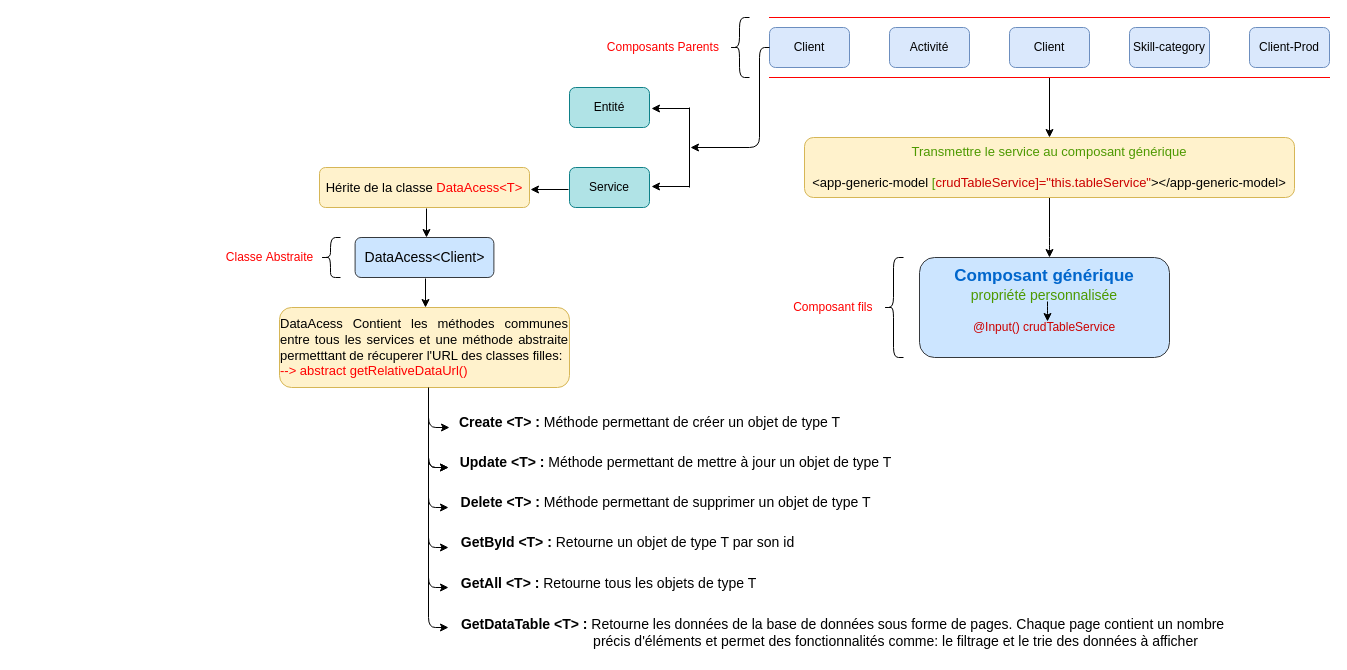
Above: Untitled Diagram.drawio in Adnane8/repo1 (draw.io), before the change. Source tidied: cells renumbered, new cells numbered last; positions are measured from the earlier drawing's top-left corner, leaving out a move shared by most shapes. Both pictures are drawn from the tidied source at 100%, with x=0, y=0 at pixel (59, 17).
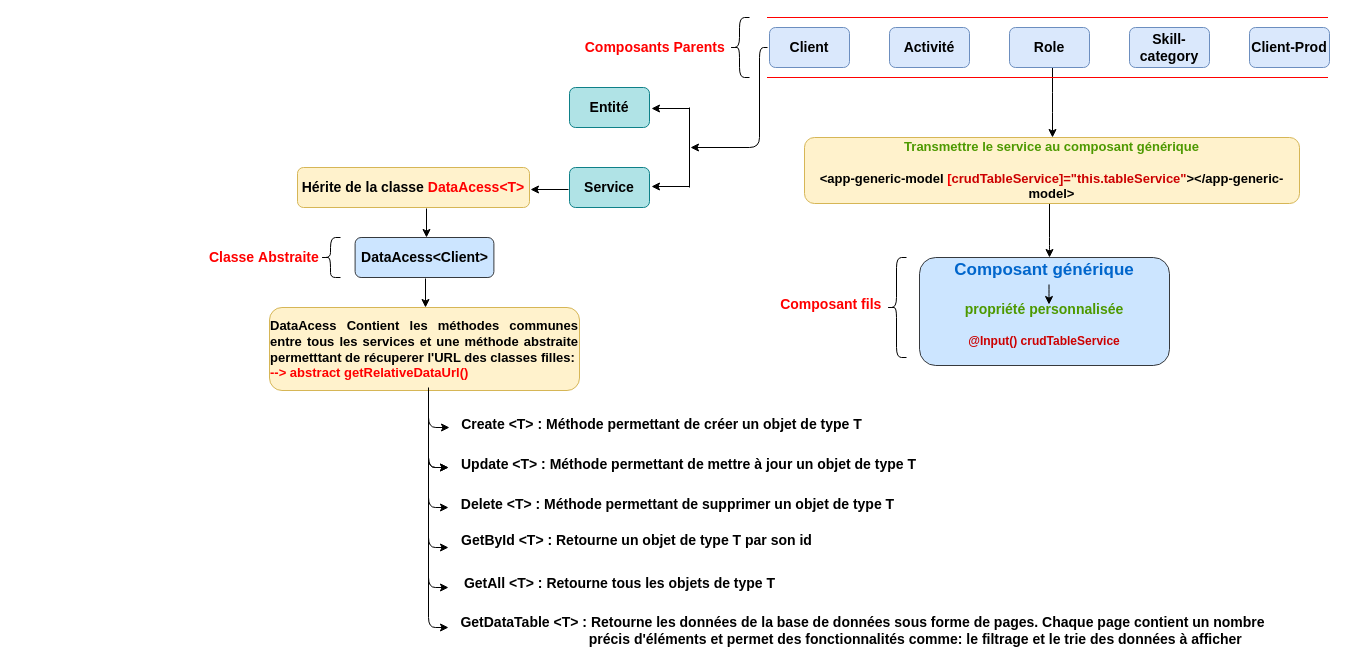
After the change.

Change to the diagram source:
```diff
@@
-    <mxCell id="2" value="Activité" style="rounded=1;whiteSpace=wrap;html=1;fillColor=#dae8fc;strokeColor=#6c8ebf;" parent="1" vertex="1">
+    <mxCell id="2" value="&lt;font style=&quot;font-size: 14px&quot;&gt;&lt;b&gt;Activité&lt;/b&gt;&lt;/font&gt;" style="rounded=1;whiteSpace=wrap;html=1;fillColor=#dae8fc;strokeColor=#6c8ebf;" parent="1" vertex="1">
       <mxGeometry x="830" y="10" width="80" height="40" as="geometry" />
     </mxCell>
-    <mxCell id="3" value="Client" style="rounded=1;whiteSpace=wrap;html=1;fillColor=#dae8fc;strokeColor=#6c8ebf;" parent="1" vertex="1">
-      <mxGeometry x="950" y="10" width="80" height="40" as="geometry" />
-    </mxCell>
-    <mxCell id="4" value="Client" style="rounded=1;whiteSpace=wrap;html=1;fillColor=#dae8fc;strokeColor=#6c8ebf;" parent="1" vertex="1">
+    <mxCell id="4" value="&lt;font style=&quot;font-size: 14px&quot;&gt;&lt;b&gt;Client&lt;/b&gt;&lt;/font&gt;" style="rounded=1;whiteSpace=wrap;html=1;fillColor=#dae8fc;strokeColor=#6c8ebf;" parent="1" vertex="1">
       <mxGeometry x="710" y="10" width="80" height="40" as="geometry" />
     </mxCell>
-    <mxCell id="5" value="Skill-category" style="rounded=1;whiteSpace=wrap;html=1;fillColor=#dae8fc;strokeColor=#6c8ebf;" parent="1" vertex="1">
+    <mxCell id="5" value="&lt;font style=&quot;font-size: 14px&quot;&gt;&lt;b&gt;Skill-category&lt;/b&gt;&lt;/font&gt;" style="rounded=1;whiteSpace=wrap;html=1;fillColor=#dae8fc;strokeColor=#6c8ebf;" parent="1" vertex="1">
       <mxGeometry x="1070" y="10" width="80" height="40" as="geometry" />
     </mxCell>
-    <mxCell id="6" value="Client-Prod" style="rounded=1;whiteSpace=wrap;html=1;fillColor=#dae8fc;strokeColor=#6c8ebf;" parent="1" vertex="1">
+    <mxCell id="6" value="&lt;font style=&quot;font-size: 14px&quot;&gt;&lt;b&gt;Client-Prod&lt;/b&gt;&lt;/font&gt;" style="rounded=1;whiteSpace=wrap;html=1;fillColor=#dae8fc;strokeColor=#6c8ebf;" parent="1" vertex="1">
       <mxGeometry x="1190" y="10" width="80" height="40" as="geometry" />
     </mxCell>
@@
-    <mxCell id="8" value="&lt;font color=&quot;#ff0000&quot;&gt;&amp;nbsp; &amp;nbsp; &amp;nbsp; &amp;nbsp; &amp;nbsp; &amp;nbsp; &amp;nbsp; &amp;nbsp; &amp;nbsp; &amp;nbsp; &amp;nbsp; &amp;nbsp; &amp;nbsp; &amp;nbsp; &amp;nbsp; &amp;nbsp; &amp;nbsp; &amp;nbsp; &amp;nbsp; &amp;nbsp; &amp;nbsp; &amp;nbsp; &amp;nbsp; &amp;nbsp; &amp;nbsp; Composants Parents&lt;/font&gt;" style="text;html=1;align=center;verticalAlign=middle;" parent="1" vertex="1">
-      <mxGeometry x="375" y="20" width="290" height="20" as="geometry" />
+    <mxCell id="8" value="&lt;font color=&quot;#ff0000&quot; style=&quot;font-size: 14px&quot;&gt;&lt;b&gt;&amp;nbsp; &amp;nbsp; &amp;nbsp; &amp;nbsp; &amp;nbsp; &amp;nbsp; &amp;nbsp; &amp;nbsp; &amp;nbsp; &amp;nbsp; &amp;nbsp; &amp;nbsp; &amp;nbsp; &amp;nbsp; &amp;nbsp; &amp;nbsp; &amp;nbsp; &amp;nbsp; &amp;nbsp; &amp;nbsp; &amp;nbsp; &amp;nbsp; &amp;nbsp; &amp;nbsp; &amp;nbsp; Composants Parents&lt;/b&gt;&lt;/font&gt;" style="text;html=1;align=center;verticalAlign=middle;" parent="1" vertex="1">
+      <mxGeometry x="325" y="20.5" width="345" height="19" as="geometry" />
     </mxCell>
-    <mxCell id="9" style="edgeStyle=orthogonalEdgeStyle;curved=0;rounded=1;sketch=0;jettySize=auto;html=1;" parent="1" edge="1" source="10" target="12">
-      <mxGeometry relative="1" as="geometry" />
+    <mxCell id="9" style="edgeStyle=orthogonalEdgeStyle;curved=0;rounded=1;sketch=0;jettySize=auto;html=1;" parent="1" edge="1" source="3" target="12">
+      <mxGeometry relative="1" as="geometry">
+        <Array as="points">
+          <mxPoint x="993" y="85" />
+          <mxPoint x="993" y="85" />
+        </Array>
+      </mxGeometry>
     </mxCell>
     <mxCell id="10" style="shape=partialRectangle;whiteSpace=wrap;html=1;left=0;right=0;fillColor=none;strokeColor=#FF0000;" parent="1" vertex="1">
-      <mxGeometry x="710" width="560" height="60" as="geometry" />
+      <mxGeometry x="708" width="560" height="60" as="geometry" />
     </mxCell>
@@
-    <mxCell id="12" value="&lt;font style=&quot;font-size: 13px&quot;&gt;&lt;font color=&quot;#4d9900&quot; style=&quot;font-size: 13px&quot;&gt;Transmettre le service au composant générique&lt;br&gt;&lt;/font&gt;&lt;br&gt;&amp;lt;app-generic-model &lt;span style=&quot;color: rgb(77 , 153 , 0)&quot;&gt;[&lt;/span&gt;&lt;font color=&quot;#cc0000&quot; style=&quot;font-size: 13px&quot;&gt;crudTableService]=&quot;this.tableService&quot;&lt;/font&gt;&amp;gt;&amp;lt;/app-generic-model&amp;gt;&lt;/font&gt;" style="rounded=1;whiteSpace=wrap;html=1;strokeColor=#d6b656;fillColor=#fff2cc;" parent="1" vertex="1">
-      <mxGeometry x="745" y="120" width="490" height="60" as="geometry" />
+    <mxCell id="12" value="&lt;font style=&quot;font-size: 13px&quot;&gt;&lt;b&gt;&lt;font color=&quot;#4d9900&quot; style=&quot;font-size: 13px&quot;&gt;Transmettre le service au composant générique&lt;br&gt;&lt;/font&gt;&lt;br&gt;&amp;lt;app-generic-model &lt;font color=&quot;#ff0000&quot;&gt;[&lt;/font&gt;&lt;font color=&quot;#cc0000&quot; style=&quot;font-size: 13px&quot;&gt;crudTableService]=&quot;this.tableService&quot;&lt;/font&gt;&amp;gt;&amp;lt;/app-generic-model&amp;gt;&lt;/b&gt;&lt;/font&gt;" style="rounded=1;whiteSpace=wrap;html=1;strokeColor=#d6b656;fillColor=#fff2cc;" parent="1" vertex="1">
+      <mxGeometry x="745" y="120" width="495" height="66" as="geometry" />
     </mxCell>
-    <mxCell id="13" value="&lt;font&gt;&lt;font color=&quot;#0066cc&quot; style=&quot;font-size: 17px&quot;&gt;&lt;b&gt;Composant générique&lt;br&gt;&lt;/b&gt;&lt;/font&gt;&lt;font style=&quot;font-size: 14px&quot; color=&quot;#4d9900&quot;&gt;propriété personnalisée&lt;br&gt;&lt;br&gt;&lt;/font&gt;&lt;font color=&quot;#cc0000&quot;&gt;@Input() crudTableService&lt;br&gt;&lt;/font&gt;&lt;br&gt;&lt;/font&gt;" style="rounded=1;whiteSpace=wrap;html=1;sketch=0;strokeColor=#36393d;fillColor=#cce5ff;" parent="1" vertex="1">
-      <mxGeometry x="860" y="240" width="250" height="100" as="geometry" />
+    <mxCell id="13" value="&lt;font&gt;&lt;font color=&quot;#0066cc&quot; style=&quot;font-size: 17px&quot;&gt;&lt;b&gt;Composant générique&lt;br&gt;&lt;br&gt;&lt;/b&gt;&lt;/font&gt;&lt;font style=&quot;font-size: 14px&quot; color=&quot;#4d9900&quot;&gt;&lt;b&gt;propriété personnalisée&lt;br&gt;&lt;br&gt;&lt;/b&gt;&lt;/font&gt;&lt;font color=&quot;#cc0000&quot;&gt;&lt;b&gt;@Input() crudTableService&lt;/b&gt;&lt;br&gt;&lt;/font&gt;&lt;br&gt;&lt;/font&gt;" style="rounded=1;whiteSpace=wrap;html=1;sketch=0;strokeColor=#36393d;fillColor=#cce5ff;" parent="1" vertex="1">
+      <mxGeometry x="860" y="240" width="250" height="108" as="geometry" />
     </mxCell>
     <mxCell id="14" style="endArrow=classic;html=1;" parent="1" edge="1">
       <mxGeometry relative="1" as="geometry">
-        <mxPoint x="988" y="284" as="sourcePoint" />
-        <mxPoint x="988" y="304" as="targetPoint" />
+        <mxPoint x="989.5" y="267" as="sourcePoint" />
+        <mxPoint x="989.5" y="287" as="targetPoint" />
         <Array as="points">
-          <mxPoint x="988" y="294" />
+          <mxPoint x="989.5" y="277" />
         </Array>
       </mxGeometry>
     </mxCell>
     <mxCell id="15" style="shape=curlyBracket;whiteSpace=wrap;html=1;rounded=1;" parent="1" vertex="1">
-      <mxGeometry x="824" y="240" width="20" height="100" as="geometry" />
+      <mxGeometry x="827" y="240" width="20" height="100" as="geometry" />
     </mxCell>
-    <mxCell id="16" value="&lt;span style=&quot;color: rgb(255 , 0 , 0)&quot;&gt;&amp;nbsp; &amp;nbsp; &amp;nbsp; &amp;nbsp; &amp;nbsp; &amp;nbsp; &amp;nbsp; &amp;nbsp; &amp;nbsp; &amp;nbsp; &amp;nbsp; &amp;nbsp; &amp;nbsp; &amp;nbsp; &amp;nbsp; &amp;nbsp; &amp;nbsp; &amp;nbsp; &amp;nbsp; &amp;nbsp; &amp;nbsp; &amp;nbsp; &amp;nbsp; &amp;nbsp; &amp;nbsp; Composant fils&lt;/span&gt;" style="text;html=1;align=center;verticalAlign=middle;" parent="1" vertex="1">
-      <mxGeometry x="560" y="280" width="260" height="20" as="geometry" />
+    <mxCell id="16" value="&lt;span style=&quot;color: rgb(255 , 0 , 0)&quot;&gt;&lt;font style=&quot;font-size: 14px&quot;&gt;&lt;b&gt;&amp;nbsp; &amp;nbsp; &amp;nbsp; &amp;nbsp; &amp;nbsp; &amp;nbsp; &amp;nbsp; &amp;nbsp; &amp;nbsp; &amp;nbsp; &amp;nbsp; &amp;nbsp; &amp;nbsp; &amp;nbsp; &amp;nbsp; &amp;nbsp; &amp;nbsp; &amp;nbsp; &amp;nbsp; &amp;nbsp; &amp;nbsp; &amp;nbsp; &amp;nbsp; &amp;nbsp; &amp;nbsp; Composant fils&lt;/b&gt;&lt;/font&gt;&lt;/span&gt;" style="text;html=1;align=center;verticalAlign=middle;" parent="1" vertex="1">
+      <mxGeometry x="521" y="277" width="306" height="19" as="geometry" />
     </mxCell>
@@
-    <mxCell id="21" value="Entité" style="rounded=1;whiteSpace=wrap;html=1;sketch=0;fillColor=#b0e3e6;strokeColor=#0e8088;" parent="1" vertex="1">
+    <mxCell id="21" value="&lt;b&gt;&lt;font style=&quot;font-size: 14px&quot;&gt;Entité&lt;/font&gt;&lt;/b&gt;" style="rounded=1;whiteSpace=wrap;html=1;sketch=0;fillColor=#b0e3e6;strokeColor=#0e8088;" parent="1" vertex="1">
       <mxGeometry x="510" y="70" width="80" height="40" as="geometry" />
     </mxCell>
-    <mxCell id="22" value="Service" style="rounded=1;whiteSpace=wrap;html=1;sketch=0;fillColor=#b0e3e6;strokeColor=#0e8088;" parent="1" vertex="1">
+    <mxCell id="22" value="&lt;b&gt;&lt;font style=&quot;font-size: 14px&quot;&gt;Service&lt;/font&gt;&lt;/b&gt;" style="rounded=1;whiteSpace=wrap;html=1;sketch=0;fillColor=#b0e3e6;strokeColor=#0e8088;" parent="1" vertex="1">
       <mxGeometry x="510" y="150" width="80" height="40" as="geometry" />
     </mxCell>
@@
-    <mxCell id="24" value="&lt;font style=&quot;font-size: 13px&quot;&gt;Hérite de la classe &lt;font color=&quot;#ff0000&quot;&gt;DataAcess&amp;lt;T&amp;gt;&lt;/font&gt;&lt;/font&gt;" style="rounded=1;whiteSpace=wrap;html=1;sketch=0;strokeColor=#d6b656;fillColor=#fff2cc;" parent="1" vertex="1">
-      <mxGeometry x="260" y="150" width="210" height="40" as="geometry" />
+    <mxCell id="24" value="&lt;font style=&quot;font-size: 14px&quot;&gt;&lt;b&gt;Hérite de la classe &lt;font color=&quot;#ff0000&quot; style=&quot;font-size: 14px&quot;&gt;DataAcess&amp;lt;T&amp;gt;&lt;/font&gt;&lt;/b&gt;&lt;/font&gt;" style="rounded=1;whiteSpace=wrap;html=1;sketch=0;strokeColor=#d6b656;fillColor=#fff2cc;" parent="1" vertex="1">
+      <mxGeometry x="238" y="150" width="232" height="40" as="geometry" />
     </mxCell>
@@
-    <mxCell id="26" value="&lt;font style=&quot;font-size: 14px&quot;&gt;DataAcess&amp;lt;Client&amp;gt;&lt;/font&gt;" style="rounded=1;whiteSpace=wrap;html=1;sketch=0;strokeColor=#36393d;fillColor=#cce5ff;" parent="1" vertex="1">
+    <mxCell id="26" value="&lt;font style=&quot;font-size: 14px&quot;&gt;&lt;b&gt;DataAcess&amp;lt;Client&amp;gt;&lt;/b&gt;&lt;/font&gt;" style="rounded=1;whiteSpace=wrap;html=1;sketch=0;strokeColor=#36393d;fillColor=#cce5ff;" parent="1" vertex="1">
       <mxGeometry x="295.6" y="220" width="138.8" height="40" as="geometry" />
     </mxCell>
@@
-    <mxCell id="28" value="&lt;span style=&quot;color: rgb(255 , 0 , 0)&quot;&gt;&amp;nbsp; &amp;nbsp; &amp;nbsp; &amp;nbsp; &amp;nbsp; &amp;nbsp; &amp;nbsp; &amp;nbsp; &amp;nbsp; &amp;nbsp; &amp;nbsp; &amp;nbsp; &amp;nbsp; &amp;nbsp; &amp;nbsp; &amp;nbsp; &amp;nbsp; &amp;nbsp; &amp;nbsp; &amp;nbsp; &amp;nbsp; &amp;nbsp; &amp;nbsp; &amp;nbsp; Classe&amp;nbsp;&lt;/span&gt;&lt;font color=&quot;#ff0000&quot;&gt;Abstraite&lt;/font&gt;" style="text;html=1;align=center;verticalAlign=middle;" parent="1" vertex="1">
-      <mxGeometry y="230" width="260" height="20" as="geometry" />
+    <mxCell id="28" value="&lt;font style=&quot;font-size: 14px&quot;&gt;&lt;b&gt;&lt;span style=&quot;color: rgb(255 , 0 , 0)&quot;&gt;&amp;nbsp; &amp;nbsp; &amp;nbsp; &amp;nbsp; &amp;nbsp; &amp;nbsp; &amp;nbsp; &amp;nbsp; &amp;nbsp; &amp;nbsp; &amp;nbsp; &amp;nbsp; &amp;nbsp; &amp;nbsp; &amp;nbsp; &amp;nbsp; &amp;nbsp; &amp;nbsp; &amp;nbsp; &amp;nbsp; &amp;nbsp; &amp;nbsp; &amp;nbsp; &amp;nbsp; Classe&amp;nbsp;&lt;/span&gt;&lt;font color=&quot;#ff0000&quot; style=&quot;font-size: 14px&quot;&gt;Abstraite&lt;/font&gt;&lt;/b&gt;&lt;/font&gt;" style="text;html=1;align=center;verticalAlign=middle;" parent="1" vertex="1">
+      <mxGeometry x="-42" y="230.5" width="306" height="19" as="geometry" />
     </mxCell>
@@
-    <mxCell id="30" value="&lt;div style=&quot;text-align: justify ; font-size: 13px&quot;&gt;&lt;span&gt;&lt;font style=&quot;font-size: 13px&quot;&gt;DataAcess Contient les méthodes communes entre tous les services et une méthode abstraite permetttant de récuperer l'URL des classes filles:&lt;/font&gt;&lt;/span&gt;&lt;/div&gt;&lt;div style=&quot;text-align: justify ; font-size: 13px&quot;&gt;&lt;span&gt;&lt;font style=&quot;font-size: 13px&quot; color=&quot;#ff0000&quot;&gt;--&amp;gt; abstract getRelativeDataUrl()&lt;/font&gt;&lt;/span&gt;&lt;/div&gt;" style="rounded=1;whiteSpace=wrap;html=1;sketch=0;strokeColor=#d6b656;fillColor=#fff2cc;" parent="1" vertex="1">
-      <mxGeometry x="220" y="290" width="290" height="80" as="geometry" />
+    <mxCell id="30" value="&lt;div style=&quot;text-align: justify ; font-size: 13px&quot;&gt;&lt;span&gt;&lt;font style=&quot;font-size: 13px&quot;&gt;&lt;b&gt;DataAcess Contient les méthodes communes entre tous les services et une méthode abstraite permetttant de récuperer l'URL des classes filles:&lt;/b&gt;&lt;/font&gt;&lt;/span&gt;&lt;/div&gt;&lt;div style=&quot;text-align: justify ; font-size: 13px&quot;&gt;&lt;span&gt;&lt;font style=&quot;font-size: 13px&quot; color=&quot;#ff0000&quot;&gt;&lt;b&gt;--&amp;gt; abstract getRelativeDataUrl()&lt;/b&gt;&lt;/font&gt;&lt;/span&gt;&lt;/div&gt;" style="rounded=1;whiteSpace=wrap;html=1;sketch=0;strokeColor=#d6b656;fillColor=#fff2cc;" parent="1" vertex="1">
+      <mxGeometry x="210" y="290" width="310" height="83" as="geometry" />
     </mxCell>
@@
-    <mxCell id="38" value="&lt;font style=&quot;font-size: 14px&quot;&gt;&lt;b&gt;Create &amp;lt;T&amp;gt; :&lt;/b&gt; Méthode permettant de créer un objet de type T&lt;/font&gt;" style="text;html=1;align=center;verticalAlign=middle;" parent="1" vertex="1">
-      <mxGeometry x="390" y="395" width="400" height="20" as="geometry" />
+    <mxCell id="38" value="&lt;font style=&quot;font-size: 14px&quot;&gt;&lt;b&gt;Create &amp;lt;T&amp;gt; :&lt;/b&gt; &lt;b&gt;Méthode permettant de créer un objet de type T&lt;/b&gt;&lt;/font&gt;" style="text;html=1;align=center;verticalAlign=middle;" parent="1" vertex="1">
+      <mxGeometry x="396" y="397" width="411" height="19" as="geometry" />
     </mxCell>
-    <mxCell id="39" value="&lt;font style=&quot;font-size: 14px&quot;&gt;&lt;b&gt;Update &amp;lt;T&amp;gt; :&lt;/b&gt; Méthode permettant de mettre à jour un objet de type T&lt;/font&gt;" style="text;html=1;align=center;verticalAlign=middle;" parent="1" vertex="1">
-      <mxGeometry x="391" y="434.5" width="450" height="20" as="geometry" />
+    <mxCell id="39" value="&lt;font style=&quot;font-size: 14px&quot;&gt;&lt;b&gt;Update &amp;lt;T&amp;gt; : Méthode permettant de mettre à jour un objet de type T&lt;/b&gt;&lt;/font&gt;" style="text;html=1;align=center;verticalAlign=middle;" parent="1" vertex="1">
+      <mxGeometry x="396" y="437" width="465" height="19" as="geometry" />
     </mxCell>
-    <mxCell id="40" value="&lt;font style=&quot;font-size: 14px&quot;&gt;&lt;b&gt;Delete &amp;lt;T&amp;gt; : &lt;/b&gt;Méthode permettant de supprimer un objet de type T&lt;/font&gt;" style="text;html=1;align=center;verticalAlign=middle;" parent="1" vertex="1">
-      <mxGeometry x="391" y="475" width="430" height="20" as="geometry" />
+    <mxCell id="40" value="&lt;font style=&quot;font-size: 14px&quot;&gt;&lt;b&gt;Delete &amp;lt;T&amp;gt; : Méthode permettant de supprimer un objet de type T&lt;/b&gt;&lt;/font&gt;" style="text;html=1;align=center;verticalAlign=middle;" parent="1" vertex="1">
+      <mxGeometry x="396" y="477" width="443" height="19" as="geometry" />
     </mxCell>
-    <mxCell id="41" value="&lt;font style=&quot;font-size: 14px&quot;&gt;&lt;b&gt;GetById &amp;lt;T&amp;gt; : &lt;/b&gt;Retourne un objet de type T par son id&lt;/font&gt;" style="text;html=1;align=center;verticalAlign=middle;" parent="1" vertex="1">
-      <mxGeometry x="393" y="515" width="350" height="20" as="geometry" />
+    <mxCell id="41" value="&lt;font style=&quot;font-size: 14px&quot;&gt;&lt;b&gt;GetById &amp;lt;T&amp;gt; : Retourne un objet de type T par son id&lt;/b&gt;&lt;/font&gt;" style="text;html=1;align=center;verticalAlign=middle;" parent="1" vertex="1">
+      <mxGeometry x="396" y="513" width="361" height="19" as="geometry" />
     </mxCell>
-    <mxCell id="42" value="&lt;font style=&quot;font-size: 14px&quot;&gt;&lt;b&gt;GetAll &amp;lt;T&amp;gt; : &lt;/b&gt;Retourne tous les objets de type T&lt;/font&gt;" style="text;html=1;align=center;verticalAlign=middle;" parent="1" vertex="1">
-      <mxGeometry x="394" y="556" width="310" height="20" as="geometry" />
+    <mxCell id="42" value="&lt;font style=&quot;font-size: 14px&quot;&gt;&lt;b&gt;GetAll &amp;lt;T&amp;gt; : Retourne tous les objets de type T&lt;/b&gt;&lt;/font&gt;" style="text;html=1;align=center;verticalAlign=middle;" parent="1" vertex="1">
+      <mxGeometry x="399" y="556" width="321" height="19" as="geometry" />
     </mxCell>
-    <mxCell id="43" value="&lt;div style=&quot;text-align: justify&quot;&gt;&lt;b style=&quot;font-size: 14px&quot;&gt;GetDataTable &amp;lt;T&amp;gt; : &lt;/b&gt;&lt;span style=&quot;font-size: 14px&quot;&gt;Retourne les données de la base de données sous forme de pages. Chaque page contient un nombre&lt;/span&gt;&lt;/div&gt;&lt;font&gt;&lt;div style=&quot;text-align: justify&quot;&gt;&lt;span style=&quot;font-size: 14px&quot;&gt;&amp;nbsp; &amp;nbsp; &amp;nbsp; &amp;nbsp; &amp;nbsp; &amp;nbsp; &amp;nbsp; &amp;nbsp; &amp;nbsp; &amp;nbsp; &amp;nbsp; &amp;nbsp; &amp;nbsp; &amp;nbsp; &amp;nbsp; &amp;nbsp; &amp;nbsp; précis d'éléments&amp;nbsp;et permet des fonctionnalités comme: le filtrage et le trie des données à afficher&lt;/span&gt;&lt;/div&gt;&lt;/font&gt;" style="text;html=1;align=center;verticalAlign=middle;" parent="1" vertex="1">
-      <mxGeometry x="393" y="595" width="780" height="40" as="geometry" />
+    <mxCell id="43" value="&lt;div style=&quot;text-align: justify&quot;&gt;&lt;b style=&quot;font-size: 14px&quot;&gt;GetDataTable &amp;lt;T&amp;gt; : &lt;/b&gt;&lt;span style=&quot;font-size: 14px&quot;&gt;&lt;b&gt;Retourne les données de la base de données sous forme de pages. Chaque page contient un nombre&lt;/b&gt;&lt;/span&gt;&lt;/div&gt;&lt;font&gt;&lt;div style=&quot;text-align: justify&quot;&gt;&lt;span style=&quot;font-size: 14px&quot;&gt;&lt;b&gt;&amp;nbsp; &amp;nbsp; &amp;nbsp; &amp;nbsp; &amp;nbsp; &amp;nbsp; &amp;nbsp; &amp;nbsp; &amp;nbsp; &amp;nbsp; &amp;nbsp; &amp;nbsp; &amp;nbsp; &amp;nbsp; &amp;nbsp; &amp;nbsp; &amp;nbsp;précis d'éléments&amp;nbsp;et permet des fonctionnalités comme: le filtrage et le trie des données à afficher&lt;/b&gt;&lt;/span&gt;&lt;/div&gt;&lt;/font&gt;" style="text;html=1;align=center;verticalAlign=middle;" parent="1" vertex="1">
+      <mxGeometry x="396" y="596" width="814" height="34" as="geometry" />
     </mxCell>
+    <mxCell id="3" value="&lt;b&gt;&lt;font style=&quot;font-size: 14px&quot;&gt;Role&lt;/font&gt;&lt;/b&gt;" style="rounded=1;whiteSpace=wrap;html=1;fillColor=#dae8fc;strokeColor=#6c8ebf;" parent="1" vertex="1">
+      <mxGeometry x="950" y="10" width="80" height="40" as="geometry" />
+    </mxCell>
```
